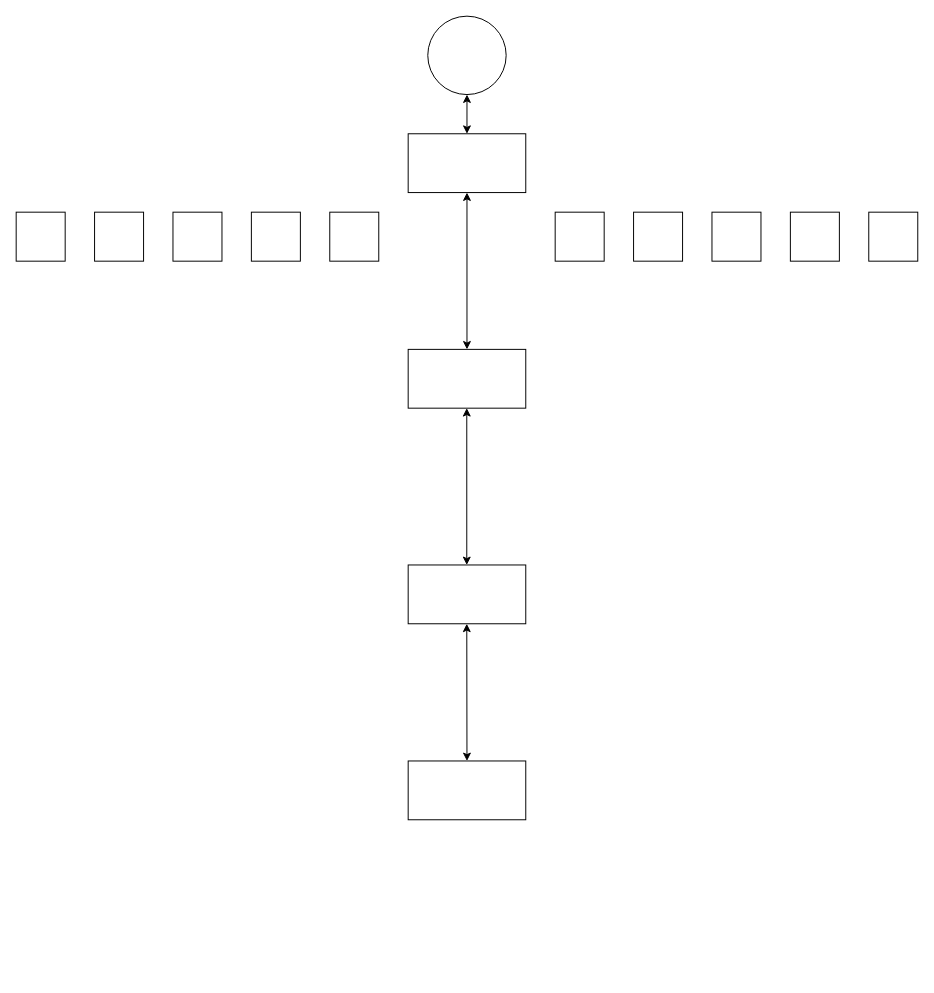
Above: diagram.drawio in PepegaGranie/Storage (draw.io), before the change. Source tidied: cells renumbered, new cells numbered last; positions are measured from the earlier drawing's top-left corner, leaving out a move shared by most shapes. Both pictures are drawn from the tidied source at 98%, with x=0, y=0 at pixel (16, 16).
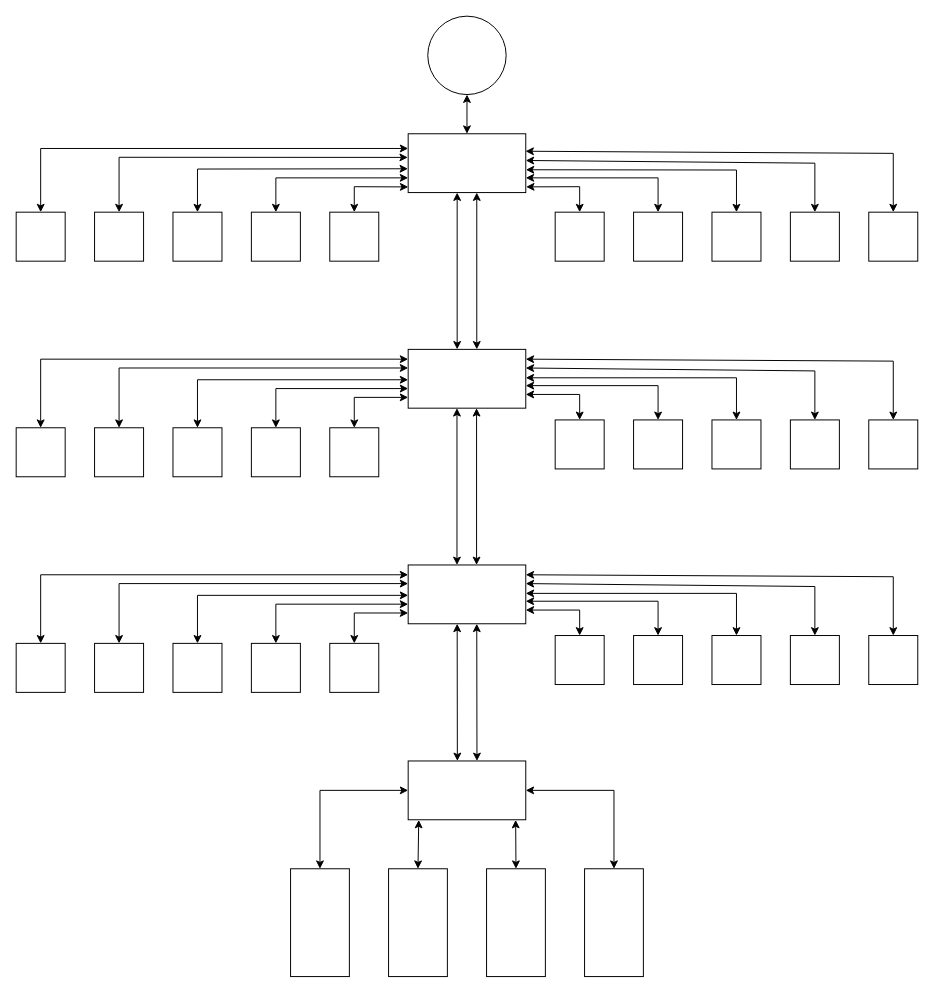
After the change.

The change refers to these unchanged cells:
```xml
<mxCell id="3" style="rounded=0;whiteSpace=wrap;html=1;" parent="1" vertex="1">
  <mxGeometry x="400" y="120" width="120" height="60" as="geometry" />
</mxCell>
<mxCell id="4" style="rounded=0;whiteSpace=wrap;html=1;" parent="1" vertex="1">
  <mxGeometry x="400" y="340" width="120" height="60" as="geometry" />
</mxCell>
<mxCell id="6" style="rounded=0;whiteSpace=wrap;html=1;" parent="1" vertex="1">
  <mxGeometry x="400" y="760" width="120" height="60" as="geometry" />
</mxCell>
<mxCell id="11" style="whiteSpace=wrap;html=1;" parent="1" vertex="1">
  <mxGeometry x="320" y="200" width="50" height="50" as="geometry" />
</mxCell>
<mxCell id="12" style="whiteSpace=wrap;html=1;" parent="1" vertex="1">
  <mxGeometry x="160" y="200" width="50" height="50" as="geometry" />
</mxCell>
<mxCell id="13" style="whiteSpace=wrap;html=1;" parent="1" vertex="1">
  <mxGeometry x="240" y="200" width="50" height="50" as="geometry" />
</mxCell>
<mxCell id="14" style="whiteSpace=wrap;html=1;" parent="1" vertex="1">
  <mxGeometry x="80" y="200" width="50" height="50" as="geometry" />
</mxCell>
<mxCell id="15" style="whiteSpace=wrap;html=1;" parent="1" vertex="1">
  <mxGeometry y="200" width="50" height="50" as="geometry" />
</mxCell>
<mxCell id="16" style="whiteSpace=wrap;html=1;fontStyle=1;" parent="1" vertex="1">
  <mxGeometry x="550" y="200" width="50" height="50" as="geometry" />
</mxCell>
<mxCell id="17" style="whiteSpace=wrap;html=1;" parent="1" vertex="1">
  <mxGeometry x="630" y="200" width="50" height="50" as="geometry" />
</mxCell>
<mxCell id="18" style="whiteSpace=wrap;html=1;" parent="1" vertex="1">
  <mxGeometry x="710" y="200" width="50" height="50" as="geometry" />
</mxCell>
<mxCell id="19" style="whiteSpace=wrap;html=1;" parent="1" vertex="1">
  <mxGeometry x="790" y="200" width="50" height="50" as="geometry" />
</mxCell>
<mxCell id="20" style="whiteSpace=wrap;html=1;" parent="1" vertex="1">
  <mxGeometry x="870" y="200" width="50" height="50" as="geometry" />
</mxCell>
```

What changed in the source:
```diff
@@
-    <mxCell id="8" style="endArrow=classic;startArrow=classic;html=1;rounded=0;exitX=0.5;exitY=0;exitDx=0;exitDy=0;entryX=0.5;entryY=1;entryDx=0;entryDy=0;" parent="1" edge="1" source="4" target="3">
-      <mxGeometry relative="1" as="geometry" />
-    </mxCell>
-    <mxCell id="9" style="endArrow=classic;startArrow=classic;html=1;rounded=0;exitX=0.5;exitY=0;exitDx=0;exitDy=0;entryX=0.5;entryY=1;entryDx=0;entryDy=0;" parent="1" edge="1">
-      <mxGeometry relative="1" as="geometry">
-        <mxPoint x="459.8" y="560" as="sourcePoint" />
-        <mxPoint x="459.8" y="400" as="targetPoint" />
-      </mxGeometry>
-    </mxCell>
     <mxCell id="10" style="endArrow=classic;startArrow=classic;html=1;rounded=0;entryX=0.5;entryY=1;entryDx=0;entryDy=0;" parent="1" edge="1">
       <mxGeometry relative="1" as="geometry">
-        <mxPoint x="460" y="760" as="sourcePoint" />
-        <mxPoint x="459.8" y="620" as="targetPoint" />
+        <mxPoint x="450.2" y="760" as="sourcePoint" />
+        <mxPoint x="450" y="620" as="targetPoint" />
       </mxGeometry>
     </mxCell>
@@
+    <mxCell id="21" style="endArrow=classic;startArrow=classic;html=1;rounded=0;exitX=0.5;exitY=0;exitDx=0;exitDy=0;entryX=0.001;entryY=0.904;entryDx=0;entryDy=0;entryPerimeter=0;" parent="1" edge="1" source="11" target="3">
+      <mxGeometry relative="1" as="geometry">
+        <Array as="points">
+          <mxPoint x="345" y="174" />
+        </Array>
+      </mxGeometry>
+    </mxCell>
+    <mxCell id="22" style="endArrow=classic;startArrow=classic;html=1;rounded=0;exitX=0.5;exitY=0;exitDx=0;exitDy=0;entryX=0;entryY=0.75;entryDx=0;entryDy=0;" parent="1" edge="1" source="13" target="3">
+      <mxGeometry relative="1" as="geometry">
+        <Array as="points">
+          <mxPoint x="265" y="165" />
+        </Array>
+      </mxGeometry>
+    </mxCell>
+    <mxCell id="23" style="endArrow=classic;startArrow=classic;html=1;rounded=0;entryX=-0.002;entryY=0.595;entryDx=0;entryDy=0;entryPerimeter=0;exitX=0.5;exitY=0;exitDx=0;exitDy=0;" parent="1" edge="1" source="12" target="3">
+      <mxGeometry relative="1" as="geometry">
+        <Array as="points">
+          <mxPoint x="185" y="156" />
+        </Array>
+      </mxGeometry>
+    </mxCell>
+    <mxCell id="24" style="endArrow=classic;startArrow=classic;html=1;rounded=0;exitX=0.5;exitY=0;exitDx=0;exitDy=0;entryX=-0.003;entryY=0.402;entryDx=0;entryDy=0;entryPerimeter=0;" parent="1" edge="1" source="14" target="3">
+      <mxGeometry relative="1" as="geometry">
+        <Array as="points">
+          <mxPoint x="105" y="144" />
+        </Array>
+      </mxGeometry>
+    </mxCell>
+    <mxCell id="25" style="endArrow=classic;startArrow=classic;html=1;rounded=0;exitX=0.5;exitY=0;exitDx=0;exitDy=0;entryX=0;entryY=0.25;entryDx=0;entryDy=0;" parent="1" edge="1" source="15" target="3">
+      <mxGeometry relative="1" as="geometry">
+        <Array as="points">
+          <mxPoint x="25" y="135" />
+        </Array>
+      </mxGeometry>
+    </mxCell>
+    <mxCell id="26" style="endArrow=classic;startArrow=classic;html=1;rounded=0;exitX=0.5;exitY=0;exitDx=0;exitDy=0;entryX=1.003;entryY=0.903;entryDx=0;entryDy=0;entryPerimeter=0;" parent="1" edge="1" source="16" target="3">
+      <mxGeometry relative="1" as="geometry">
+        <Array as="points">
+          <mxPoint x="575" y="174" />
+        </Array>
+      </mxGeometry>
+    </mxCell>
+    <mxCell id="27" style="endArrow=classic;startArrow=classic;html=1;rounded=0;entryX=0.5;entryY=0;entryDx=0;entryDy=0;exitX=1;exitY=0.75;exitDx=0;exitDy=0;" parent="1" edge="1" source="3" target="17">
+      <mxGeometry relative="1" as="geometry">
+        <Array as="points">
+          <mxPoint x="655" y="165" />
+        </Array>
+      </mxGeometry>
+    </mxCell>
+    <mxCell id="28" style="endArrow=classic;startArrow=classic;html=1;rounded=0;exitX=0.5;exitY=0;exitDx=0;exitDy=0;entryX=1.001;entryY=0.612;entryDx=0;entryDy=0;entryPerimeter=0;" parent="1" edge="1" source="18" target="3">
+      <mxGeometry relative="1" as="geometry">
+        <Array as="points">
+          <mxPoint x="735" y="157" />
+        </Array>
+      </mxGeometry>
+    </mxCell>
+    <mxCell id="29" style="endArrow=classic;startArrow=classic;html=1;rounded=0;entryX=0.5;entryY=0;entryDx=0;entryDy=0;exitX=1;exitY=0.454;exitDx=0;exitDy=0;exitPerimeter=0;" parent="1" edge="1" source="3" target="19">
+      <mxGeometry relative="1" as="geometry">
+        <Array as="points">
+          <mxPoint x="815" y="150" />
+        </Array>
+      </mxGeometry>
+    </mxCell>
+    <mxCell id="30" style="endArrow=classic;startArrow=classic;html=1;rounded=0;entryX=0.5;entryY=0;entryDx=0;entryDy=0;exitX=0.998;exitY=0.297;exitDx=0;exitDy=0;exitPerimeter=0;" parent="1" edge="1" source="3" target="20">
+      <mxGeometry relative="1" as="geometry">
+        <Array as="points">
+          <mxPoint x="895" y="140" />
+        </Array>
+      </mxGeometry>
+    </mxCell>
+    <mxCell id="31" style="whiteSpace=wrap;html=1;" parent="1" vertex="1">
+      <mxGeometry x="320" y="420" width="50" height="50" as="geometry" />
+    </mxCell>
+    <mxCell id="32" style="whiteSpace=wrap;html=1;" parent="1" vertex="1">
+      <mxGeometry x="160" y="420" width="50" height="50" as="geometry" />
+    </mxCell>
+    <mxCell id="33" style="whiteSpace=wrap;html=1;" parent="1" vertex="1">
+      <mxGeometry x="240" y="420" width="50" height="50" as="geometry" />
+    </mxCell>
+    <mxCell id="34" style="whiteSpace=wrap;html=1;" parent="1" vertex="1">
+      <mxGeometry x="80" y="420" width="50" height="50" as="geometry" />
+    </mxCell>
+    <mxCell id="35" style="whiteSpace=wrap;html=1;" parent="1" vertex="1">
+      <mxGeometry y="420" width="50" height="50" as="geometry" />
+    </mxCell>
+    <mxCell id="36" style="endArrow=classic;startArrow=classic;html=1;rounded=0;exitX=0.5;exitY=0;exitDx=0;exitDy=0;entryX=0.001;entryY=0.904;entryDx=0;entryDy=0;entryPerimeter=0;" parent="1" edge="1" source="31">
+      <mxGeometry relative="1" as="geometry">
+        <mxPoint x="400" y="389" as="targetPoint" />
+        <Array as="points">
+          <mxPoint x="345" y="389" />
+        </Array>
+      </mxGeometry>
+    </mxCell>
+    <mxCell id="37" style="endArrow=classic;startArrow=classic;html=1;rounded=0;exitX=0.5;exitY=0;exitDx=0;exitDy=0;entryX=0;entryY=0.75;entryDx=0;entryDy=0;" parent="1" edge="1" source="33">
+      <mxGeometry relative="1" as="geometry">
+        <mxPoint x="400" y="380" as="targetPoint" />
+        <Array as="points">
+          <mxPoint x="265" y="380" />
+        </Array>
+      </mxGeometry>
+    </mxCell>
+    <mxCell id="38" style="endArrow=classic;startArrow=classic;html=1;rounded=0;entryX=-0.002;entryY=0.595;entryDx=0;entryDy=0;entryPerimeter=0;exitX=0.5;exitY=0;exitDx=0;exitDy=0;" parent="1" edge="1" source="32">
+      <mxGeometry relative="1" as="geometry">
+        <mxPoint x="400" y="371" as="targetPoint" />
+        <Array as="points">
+          <mxPoint x="185" y="371" />
+        </Array>
+      </mxGeometry>
+    </mxCell>
+    <mxCell id="39" style="endArrow=classic;startArrow=classic;html=1;rounded=0;exitX=0.5;exitY=0;exitDx=0;exitDy=0;entryX=-0.003;entryY=0.402;entryDx=0;entryDy=0;entryPerimeter=0;" parent="1" edge="1" source="34">
+      <mxGeometry relative="1" as="geometry">
+        <mxPoint x="400" y="359" as="targetPoint" />
+        <Array as="points">
+          <mxPoint x="105" y="359" />
+        </Array>
+      </mxGeometry>
+    </mxCell>
+    <mxCell id="40" style="endArrow=classic;startArrow=classic;html=1;rounded=0;exitX=0.5;exitY=0;exitDx=0;exitDy=0;entryX=0;entryY=0.25;entryDx=0;entryDy=0;" parent="1" edge="1" source="35">
+      <mxGeometry relative="1" as="geometry">
+        <mxPoint x="400" y="350" as="targetPoint" />
+        <Array as="points">
+          <mxPoint x="25" y="350" />
+        </Array>
+      </mxGeometry>
+    </mxCell>
+    <mxCell id="41" style="whiteSpace=wrap;html=1;fontStyle=1;" parent="1" vertex="1">
+      <mxGeometry x="550" y="412" width="50" height="50" as="geometry" />
+    </mxCell>
+    <mxCell id="42" style="whiteSpace=wrap;html=1;" parent="1" vertex="1">
+      <mxGeometry x="630" y="412" width="50" height="50" as="geometry" />
+    </mxCell>
+    <mxCell id="43" style="whiteSpace=wrap;html=1;" parent="1" vertex="1">
+      <mxGeometry x="710" y="412" width="50" height="50" as="geometry" />
+    </mxCell>
+    <mxCell id="44" style="whiteSpace=wrap;html=1;" parent="1" vertex="1">
+      <mxGeometry x="790" y="412" width="50" height="50" as="geometry" />
+    </mxCell>
+    <mxCell id="45" style="whiteSpace=wrap;html=1;" parent="1" vertex="1">
+      <mxGeometry x="870" y="412" width="50" height="50" as="geometry" />
+    </mxCell>
+    <mxCell id="46" style="endArrow=classic;startArrow=classic;html=1;rounded=0;exitX=0.5;exitY=0;exitDx=0;exitDy=0;entryX=1.003;entryY=0.903;entryDx=0;entryDy=0;entryPerimeter=0;" parent="1" edge="1" source="41">
+      <mxGeometry relative="1" as="geometry">
+        <mxPoint x="520" y="386" as="targetPoint" />
+        <Array as="points">
+          <mxPoint x="575" y="386" />
+        </Array>
+      </mxGeometry>
+    </mxCell>
+    <mxCell id="47" style="endArrow=classic;startArrow=classic;html=1;rounded=0;entryX=0.5;entryY=0;entryDx=0;entryDy=0;exitX=1;exitY=0.75;exitDx=0;exitDy=0;" parent="1" edge="1" target="42">
+      <mxGeometry relative="1" as="geometry">
+        <mxPoint x="520" y="377" as="sourcePoint" />
+        <Array as="points">
+          <mxPoint x="655" y="377" />
+        </Array>
+      </mxGeometry>
+    </mxCell>
+    <mxCell id="48" style="endArrow=classic;startArrow=classic;html=1;rounded=0;exitX=0.5;exitY=0;exitDx=0;exitDy=0;entryX=1.001;entryY=0.612;entryDx=0;entryDy=0;entryPerimeter=0;" parent="1" edge="1" source="43">
+      <mxGeometry relative="1" as="geometry">
+        <mxPoint x="520" y="369" as="targetPoint" />
+        <Array as="points">
+          <mxPoint x="735" y="369" />
+        </Array>
+      </mxGeometry>
+    </mxCell>
+    <mxCell id="49" style="endArrow=classic;startArrow=classic;html=1;rounded=0;entryX=0.5;entryY=0;entryDx=0;entryDy=0;exitX=1;exitY=0.317;exitDx=0;exitDy=0;exitPerimeter=0;" parent="1" edge="1" source="4" target="44">
+      <mxGeometry relative="1" as="geometry">
+        <Array as="points">
+          <mxPoint x="815" y="362" />
+        </Array>
+      </mxGeometry>
+    </mxCell>
+    <mxCell id="50" style="endArrow=classic;startArrow=classic;html=1;rounded=0;entryX=0.5;entryY=0;entryDx=0;entryDy=0;exitX=0.998;exitY=0.297;exitDx=0;exitDy=0;exitPerimeter=0;" parent="1" edge="1" target="45">
+      <mxGeometry relative="1" as="geometry">
+        <mxPoint x="520" y="350" as="sourcePoint" />
+        <Array as="points">
+          <mxPoint x="895" y="352" />
+        </Array>
+      </mxGeometry>
+    </mxCell>
+    <mxCell id="51" style="whiteSpace=wrap;html=1;" parent="1" vertex="1">
+      <mxGeometry x="320" y="640" width="50" height="50" as="geometry" />
+    </mxCell>
+    <mxCell id="52" style="whiteSpace=wrap;html=1;" parent="1" vertex="1">
+      <mxGeometry x="160" y="640" width="50" height="50" as="geometry" />
+    </mxCell>
+    <mxCell id="53" style="whiteSpace=wrap;html=1;" parent="1" vertex="1">
+      <mxGeometry x="240" y="640" width="50" height="50" as="geometry" />
+    </mxCell>
+    <mxCell id="54" style="whiteSpace=wrap;html=1;" parent="1" vertex="1">
+      <mxGeometry x="80" y="640" width="50" height="50" as="geometry" />
+    </mxCell>
+    <mxCell id="55" style="whiteSpace=wrap;html=1;" parent="1" vertex="1">
+      <mxGeometry y="640" width="50" height="50" as="geometry" />
+    </mxCell>
+    <mxCell id="56" style="endArrow=classic;startArrow=classic;html=1;rounded=0;exitX=0.5;exitY=0;exitDx=0;exitDy=0;entryX=0.001;entryY=0.904;entryDx=0;entryDy=0;entryPerimeter=0;" parent="1" edge="1" source="51">
+      <mxGeometry relative="1" as="geometry">
+        <mxPoint x="400" y="609" as="targetPoint" />
+        <Array as="points">
+          <mxPoint x="345" y="609" />
+        </Array>
+      </mxGeometry>
+    </mxCell>
+    <mxCell id="57" style="endArrow=classic;startArrow=classic;html=1;rounded=0;exitX=0.5;exitY=0;exitDx=0;exitDy=0;entryX=0;entryY=0.75;entryDx=0;entryDy=0;" parent="1" edge="1" source="53">
+      <mxGeometry relative="1" as="geometry">
+        <mxPoint x="400" y="600" as="targetPoint" />
+        <Array as="points">
+          <mxPoint x="265" y="600" />
+        </Array>
+      </mxGeometry>
+    </mxCell>
+    <mxCell id="58" style="endArrow=classic;startArrow=classic;html=1;rounded=0;entryX=-0.002;entryY=0.595;entryDx=0;entryDy=0;entryPerimeter=0;exitX=0.5;exitY=0;exitDx=0;exitDy=0;" parent="1" edge="1" source="52">
+      <mxGeometry relative="1" as="geometry">
+        <mxPoint x="400" y="591" as="targetPoint" />
+        <Array as="points">
+          <mxPoint x="185" y="591" />
+        </Array>
+      </mxGeometry>
+    </mxCell>
+    <mxCell id="59" style="endArrow=classic;startArrow=classic;html=1;rounded=0;exitX=0.5;exitY=0;exitDx=0;exitDy=0;entryX=-0.003;entryY=0.402;entryDx=0;entryDy=0;entryPerimeter=0;" parent="1" edge="1" source="54">
+      <mxGeometry relative="1" as="geometry">
+        <mxPoint x="400" y="579" as="targetPoint" />
+        <Array as="points">
+          <mxPoint x="105" y="579" />
+        </Array>
+      </mxGeometry>
+    </mxCell>
+    <mxCell id="60" style="endArrow=classic;startArrow=classic;html=1;rounded=0;exitX=0.5;exitY=0;exitDx=0;exitDy=0;entryX=0;entryY=0.25;entryDx=0;entryDy=0;" parent="1" edge="1" source="55">
+      <mxGeometry relative="1" as="geometry">
+        <mxPoint x="400" y="570" as="targetPoint" />
+        <Array as="points">
+          <mxPoint x="25" y="570" />
+        </Array>
+      </mxGeometry>
+    </mxCell>
+    <mxCell id="61" style="whiteSpace=wrap;html=1;fontStyle=1;" parent="1" vertex="1">
+      <mxGeometry x="550" y="632" width="50" height="50" as="geometry" />
+    </mxCell>
+    <mxCell id="62" style="whiteSpace=wrap;html=1;" parent="1" vertex="1">
+      <mxGeometry x="630" y="632" width="50" height="50" as="geometry" />
+    </mxCell>
+    <mxCell id="63" style="whiteSpace=wrap;html=1;" parent="1" vertex="1">
+      <mxGeometry x="710" y="632" width="50" height="50" as="geometry" />
+    </mxCell>
+    <mxCell id="64" style="whiteSpace=wrap;html=1;" parent="1" vertex="1">
+      <mxGeometry x="790" y="632" width="50" height="50" as="geometry" />
+    </mxCell>
+    <mxCell id="65" style="whiteSpace=wrap;html=1;" parent="1" vertex="1">
+      <mxGeometry x="870" y="632" width="50" height="50" as="geometry" />
+    </mxCell>
+    <mxCell id="66" style="endArrow=classic;startArrow=classic;html=1;rounded=0;exitX=0.5;exitY=0;exitDx=0;exitDy=0;entryX=1.003;entryY=0.903;entryDx=0;entryDy=0;entryPerimeter=0;" parent="1" edge="1" source="61">
+      <mxGeometry relative="1" as="geometry">
+        <mxPoint x="520" y="606" as="targetPoint" />
+        <Array as="points">
+          <mxPoint x="575" y="606" />
+        </Array>
+      </mxGeometry>
+    </mxCell>
+    <mxCell id="67" style="endArrow=classic;startArrow=classic;html=1;rounded=0;entryX=0.5;entryY=0;entryDx=0;entryDy=0;exitX=1;exitY=0.75;exitDx=0;exitDy=0;" parent="1" edge="1" target="62">
+      <mxGeometry relative="1" as="geometry">
+        <mxPoint x="520" y="597" as="sourcePoint" />
+        <Array as="points">
+          <mxPoint x="655" y="597" />
+        </Array>
+      </mxGeometry>
+    </mxCell>
+    <mxCell id="68" style="endArrow=classic;startArrow=classic;html=1;rounded=0;exitX=0.5;exitY=0;exitDx=0;exitDy=0;entryX=1.001;entryY=0.612;entryDx=0;entryDy=0;entryPerimeter=0;" parent="1" edge="1" source="63">
+      <mxGeometry relative="1" as="geometry">
+        <mxPoint x="520" y="589" as="targetPoint" />
+        <Array as="points">
+          <mxPoint x="735" y="589" />
+        </Array>
+      </mxGeometry>
+    </mxCell>
+    <mxCell id="69" style="endArrow=classic;startArrow=classic;html=1;rounded=0;entryX=0.5;entryY=0;entryDx=0;entryDy=0;exitX=1;exitY=0.317;exitDx=0;exitDy=0;exitPerimeter=0;" parent="1" edge="1" target="64">
+      <mxGeometry relative="1" as="geometry">
+        <mxPoint x="520" y="579" as="sourcePoint" />
+        <Array as="points">
+          <mxPoint x="815" y="582" />
+        </Array>
+      </mxGeometry>
+    </mxCell>
+    <mxCell id="70" style="endArrow=classic;startArrow=classic;html=1;rounded=0;entryX=0.5;entryY=0;entryDx=0;entryDy=0;exitX=0.998;exitY=0.297;exitDx=0;exitDy=0;exitPerimeter=0;" parent="1" edge="1" target="65">
+      <mxGeometry relative="1" as="geometry">
+        <mxPoint x="520" y="570" as="sourcePoint" />
+        <Array as="points">
+          <mxPoint x="895" y="572" />
+        </Array>
+      </mxGeometry>
+    </mxCell>
+    <mxCell id="71" style="endArrow=classic;startArrow=classic;html=1;rounded=0;exitX=0.5;exitY=0;exitDx=0;exitDy=0;entryX=0.5;entryY=1;entryDx=0;entryDy=0;" parent="1" edge="1">
+      <mxGeometry relative="1" as="geometry">
+        <mxPoint x="470" y="340" as="sourcePoint" />
+        <mxPoint x="470" y="180" as="targetPoint" />
+      </mxGeometry>
+    </mxCell>
+    <mxCell id="72" style="endArrow=classic;startArrow=classic;html=1;rounded=0;exitX=0.5;exitY=0;exitDx=0;exitDy=0;entryX=0.5;entryY=1;entryDx=0;entryDy=0;" parent="1" edge="1">
+      <mxGeometry relative="1" as="geometry">
+        <mxPoint x="450" y="340" as="sourcePoint" />
+        <mxPoint x="450" y="180" as="targetPoint" />
+      </mxGeometry>
+    </mxCell>
+    <mxCell id="73" style="endArrow=classic;startArrow=classic;html=1;rounded=0;exitX=0.5;exitY=0;exitDx=0;exitDy=0;entryX=0.5;entryY=1;entryDx=0;entryDy=0;" parent="1" edge="1">
+      <mxGeometry relative="1" as="geometry">
+        <mxPoint x="469.8" y="560" as="sourcePoint" />
+        <mxPoint x="469.8" y="400" as="targetPoint" />
+      </mxGeometry>
+    </mxCell>
+    <mxCell id="74" style="endArrow=classic;startArrow=classic;html=1;rounded=0;exitX=0.5;exitY=0;exitDx=0;exitDy=0;entryX=0.5;entryY=1;entryDx=0;entryDy=0;" parent="1" edge="1">
+      <mxGeometry relative="1" as="geometry">
+        <mxPoint x="449.8" y="560" as="sourcePoint" />
+        <mxPoint x="449.8" y="400" as="targetPoint" />
+      </mxGeometry>
+    </mxCell>
+    <mxCell id="75" style="endArrow=classic;startArrow=classic;html=1;rounded=0;entryX=0.5;entryY=1;entryDx=0;entryDy=0;" parent="1" edge="1">
+      <mxGeometry relative="1" as="geometry">
+        <mxPoint x="470.2" y="760" as="sourcePoint" />
+        <mxPoint x="470" y="620" as="targetPoint" />
+      </mxGeometry>
+    </mxCell>
+    <mxCell id="76" style="rounded=0;whiteSpace=wrap;html=1;" parent="1" vertex="1">
+      <mxGeometry x="280" y="870" width="60" height="110" as="geometry" />
+    </mxCell>
+    <mxCell id="77" style="rounded=0;whiteSpace=wrap;html=1;" parent="1" vertex="1">
+      <mxGeometry x="380" y="870" width="60" height="110" as="geometry" />
+    </mxCell>
+    <mxCell id="78" style="rounded=0;whiteSpace=wrap;html=1;" parent="1" vertex="1">
+      <mxGeometry x="480" y="870" width="60" height="110" as="geometry" />
+    </mxCell>
+    <mxCell id="79" style="rounded=0;whiteSpace=wrap;html=1;" parent="1" vertex="1">
+      <mxGeometry x="580" y="870" width="60" height="110" as="geometry" />
+    </mxCell>
+    <mxCell id="80" style="endArrow=classic;startArrow=classic;html=1;rounded=0;exitX=0.5;exitY=0;exitDx=0;exitDy=0;entryX=0;entryY=0.5;entryDx=0;entryDy=0;" parent="1" edge="1" source="76" target="6">
+      <mxGeometry relative="1" as="geometry">
+        <Array as="points">
+          <mxPoint x="310" y="790" />
+        </Array>
+      </mxGeometry>
+    </mxCell>
+    <mxCell id="81" style="endArrow=classic;startArrow=classic;html=1;rounded=0;exitX=0.5;exitY=0;exitDx=0;exitDy=0;entryX=1;entryY=0.5;entryDx=0;entryDy=0;" parent="1" edge="1" source="79" target="6">
+      <mxGeometry relative="1" as="geometry">
+        <Array as="points">
+          <mxPoint x="610" y="790" />
+        </Array>
+      </mxGeometry>
+    </mxCell>
+    <mxCell id="82" style="endArrow=classic;startArrow=classic;html=1;rounded=0;exitX=0.5;exitY=0;exitDx=0;exitDy=0;entryX=0.09;entryY=1.003;entryDx=0;entryDy=0;entryPerimeter=0;" parent="1" edge="1" source="77" target="6">
+      <mxGeometry relative="1" as="geometry" />
+    </mxCell>
+    <mxCell id="83" style="endArrow=classic;startArrow=classic;html=1;rounded=0;exitX=0.5;exitY=0;exitDx=0;exitDy=0;entryX=0.914;entryY=1.003;entryDx=0;entryDy=0;entryPerimeter=0;" parent="1" edge="1" source="78" target="6">
+      <mxGeometry relative="1" as="geometry" />
+    </mxCell>
```
